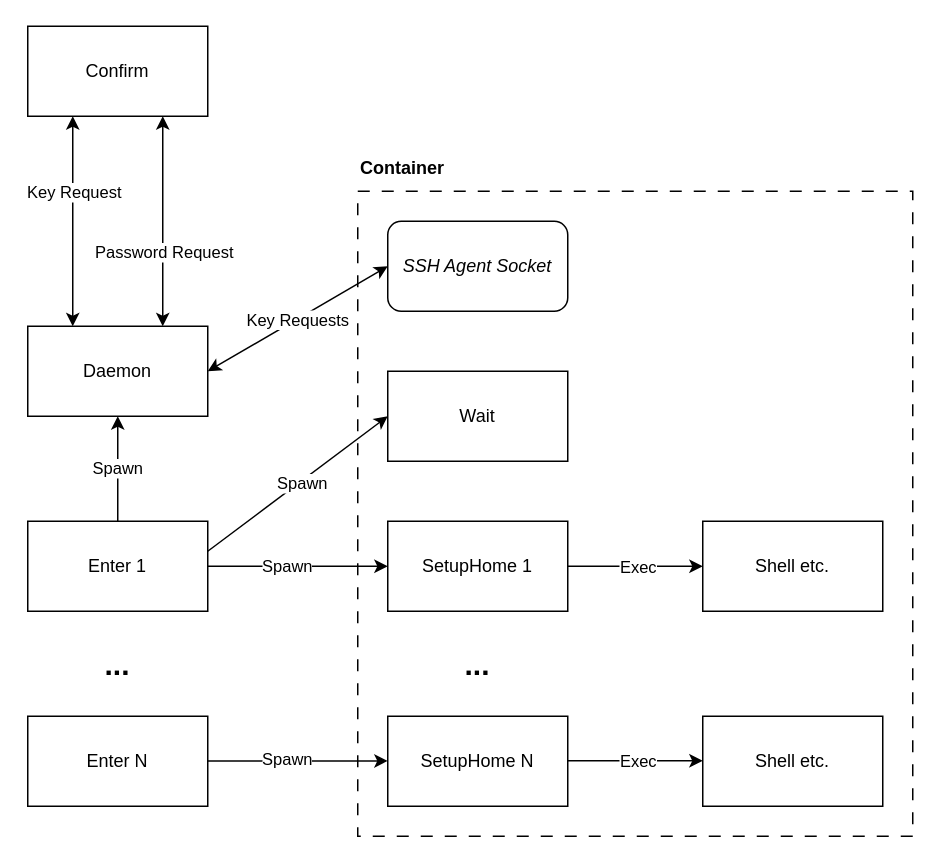
The draw.io diagram LitterboxDiagram.drawio in Gerharddc/litterbox, before the edit. Source tidied: cells renumbered, new cells numbered last; positions are measured from the earlier drawing's top-left corner, leaving out a move shared by most shapes. Both pictures are drawn from the tidied source at 150%, with x=0, y=0 at pixel (27, 26).
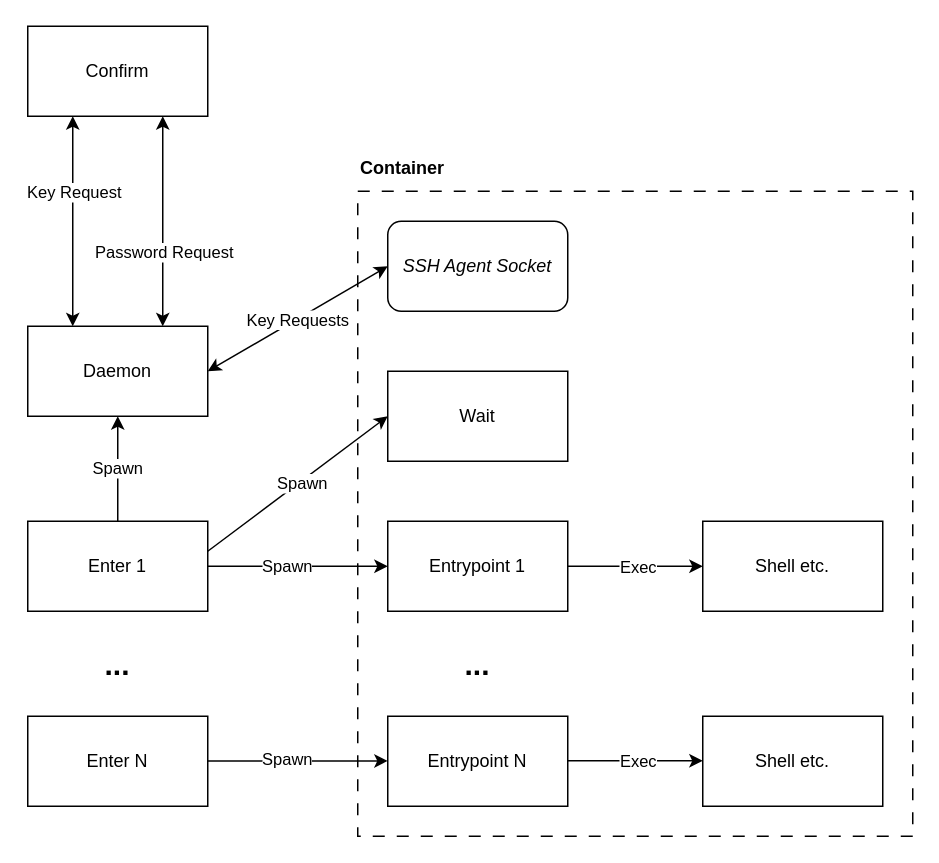
The same page after the edit.

Commit message (it also covers changes not shown here):
Rename SetupHome to Entrypoint as to be more clear

What changed in the source:
```diff
@@
-    <mxCell id="12" value="SetupHome 1" style="rounded=0;whiteSpace=wrap;html=1;" parent="1" vertex="1">
+    <mxCell id="12" value="Entrypoint 1" style="rounded=0;whiteSpace=wrap;html=1;" parent="1" vertex="1">
       <mxGeometry x="240" y="330" width="120" height="60" as="geometry" />
     </mxCell>
@@
-    <mxCell id="24" value="SetupHome N" style="rounded=0;whiteSpace=wrap;html=1;" parent="1" vertex="1">
+    <mxCell id="24" value="Entrypoint N" style="rounded=0;whiteSpace=wrap;html=1;" parent="1" vertex="1">
       <mxGeometry x="240" y="460" width="120" height="60" as="geometry" />
     </mxCell>
```
